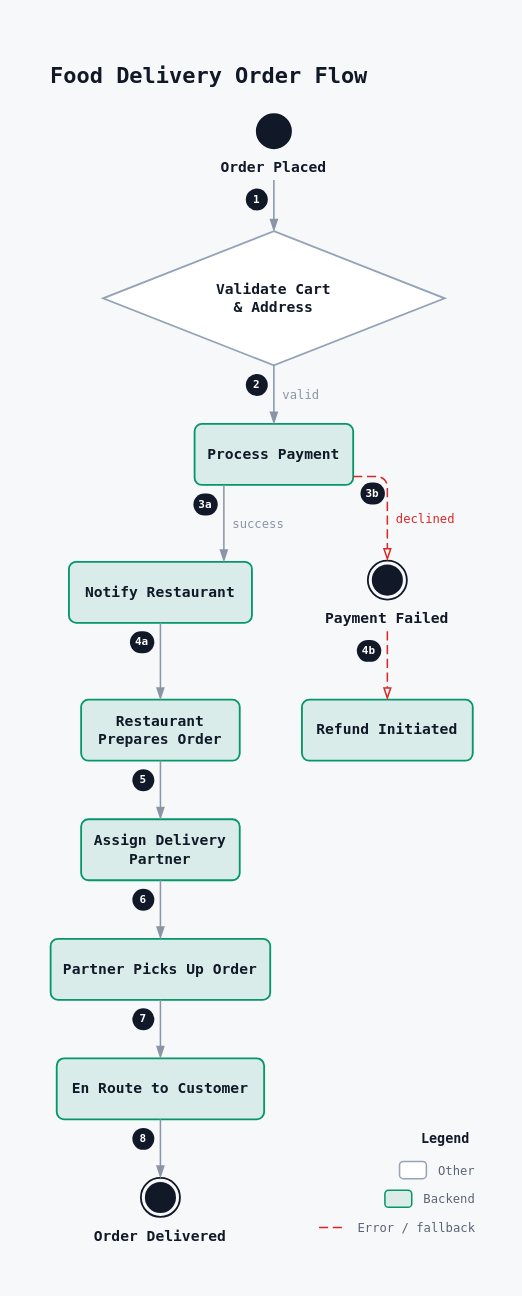
Earlier version of the draw.io diagram examples/swiggy_order_flow/swiggy_order_flow.drawio (rg12301/rdg). Source tidied: cells renumbered, new cells numbered last; positions are measured from the earlier drawing's top-left corner, leaving out a move shared by most shapes. Both pictures are drawn from the tidied source at 122%, with x=0, y=0 at pixel (21, 21).
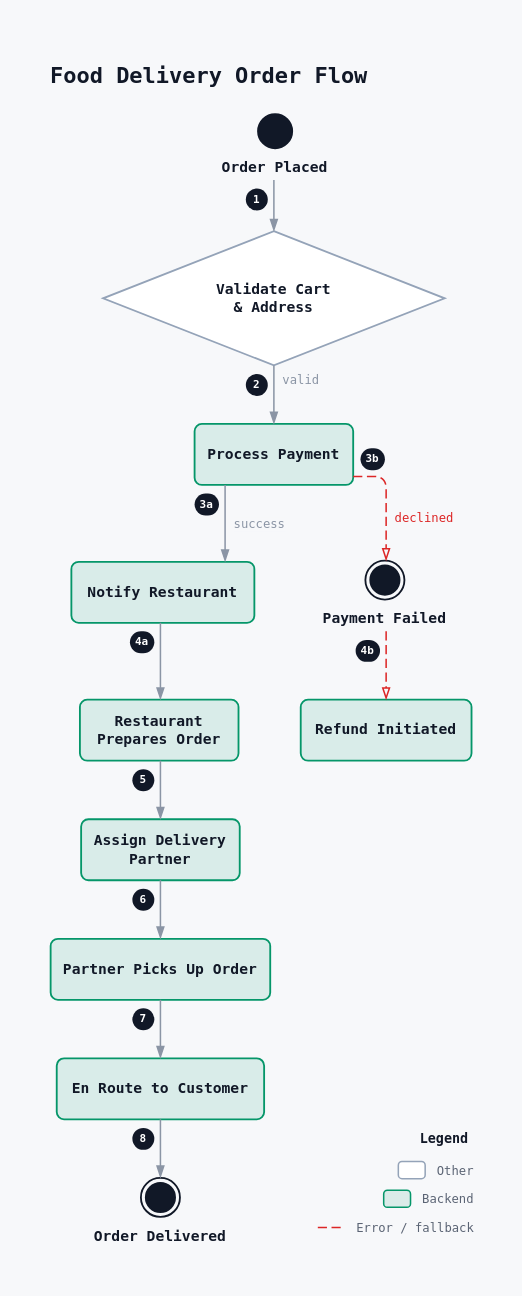
The same diagram, later.

Unchanged cells that the change refers to:
```xml
<mxCell id="6" value="&lt;b&gt;Validate Cart&lt;/b&gt;&lt;br/&gt;&lt;b&gt;&amp; Address&lt;/b&gt;" style="rhombus;html=1;whiteSpace=wrap;fillColor=#ffffff;fillOpacity=100;strokeColor=#94a3b8;strokeWidth=1.5;shadow=0;fontFamily=JetBrains Mono, ui-monospace, SFMono-Regular, Menlo, Consolas, monospace;fontSize=12;fontColor=#111827;fontStyle=0;align=center;verticalAlign=middle;spacingLeft=12;spacingRight=12;" parent="1" vertex="1">
  <mxGeometry x="67" y="172" width="280" height="110" as="geometry" />
</mxCell>
<mxCell id="7" value="&lt;b&gt;Process Payment&lt;/b&gt;" style="rounded=1;absoluteArcSize=1;arcSize=12;html=1;whiteSpace=wrap;fillColor=#059669;fillOpacity=12;strokeColor=#059669;strokeWidth=1.5;shadow=0;fontFamily=JetBrains Mono, ui-monospace, SFMono-Regular, Menlo, Consolas, monospace;fontSize=12;fontColor=#111827;fontStyle=0;align=center;verticalAlign=middle;spacingTop=4;spacingBottom=4;spacingLeft=8;spacingRight=8;" parent="1" vertex="1">
  <mxGeometry x="142" y="330" width="130" height="50" as="geometry" />
</mxCell>
<mxCell id="10" value="&lt;b&gt;Assign Delivery&lt;/b&gt;&lt;br/&gt;&lt;b&gt;Partner&lt;/b&gt;" style="rounded=1;absoluteArcSize=1;arcSize=12;html=1;whiteSpace=wrap;fillColor=#059669;fillOpacity=12;strokeColor=#059669;strokeWidth=1.5;shadow=0;fontFamily=JetBrains Mono, ui-monospace, SFMono-Regular, Menlo, Consolas, monospace;fontSize=12;fontColor=#111827;fontStyle=0;align=center;verticalAlign=middle;spacingTop=4;spacingBottom=4;spacingLeft=8;spacingRight=8;" parent="1" vertex="1">
  <mxGeometry x="49" y="654" width="130" height="50" as="geometry" />
</mxCell>
```

What changed in the source:
```diff
@@
     <mxCell id="2" style="rounded=0;fillColor=none;strokeColor=none;selectable=0;" parent="1" vertex="1">
-      <mxGeometry width="394" height="1028" as="geometry" />
+      <mxGeometry width="393" height="1028" as="geometry" />
     </mxCell>
@@
     <mxCell id="4" value="&lt;b&gt;Order Placed&lt;/b&gt;" style="rounded=0;html=1;whiteSpace=wrap;fillColor=none;fillOpacity=100;strokeColor=none;strokeWidth=1.5;shadow=0;fontFamily=JetBrains Mono, ui-monospace, SFMono-Regular, Menlo, Consolas, monospace;fontSize=12;fontColor=#111827;fontStyle=0;align=center;verticalAlign=top;spacingTop=30;spacingBottom=0;spacingLeft=0;spacingRight=0;" parent="1" vertex="1">
-      <mxGeometry x="159" y="76" width="96" height="48" as="geometry" />
+      <mxGeometry x="160" y="76" width="96" height="48" as="geometry" />
     </mxCell>
@@
     <mxCell id="8" value="&lt;b&gt;Notify Restaurant&lt;/b&gt;" style="rounded=1;absoluteArcSize=1;arcSize=12;html=1;whiteSpace=wrap;fillColor=#059669;fillOpacity=12;strokeColor=#059669;strokeWidth=1.5;shadow=0;fontFamily=JetBrains Mono, ui-monospace, SFMono-Regular, Menlo, Consolas, monospace;fontSize=12;fontColor=#111827;fontStyle=0;align=center;verticalAlign=middle;spacingTop=4;spacingBottom=4;spacingLeft=8;spacingRight=8;" parent="1" vertex="1">
-      <mxGeometry x="39" y="443" width="150" height="50" as="geometry" />
+      <mxGeometry x="41" y="443" width="150" height="50" as="geometry" />
     </mxCell>
     <mxCell id="9" value="&lt;b&gt;Restaurant&lt;/b&gt;&lt;br/&gt;&lt;b&gt;Prepares Order&lt;/b&gt;" style="rounded=1;absoluteArcSize=1;arcSize=12;html=1;whiteSpace=wrap;fillColor=#059669;fillOpacity=12;strokeColor=#059669;strokeWidth=1.5;shadow=0;fontFamily=JetBrains Mono, ui-monospace, SFMono-Regular, Menlo, Consolas, monospace;fontSize=12;fontColor=#111827;fontStyle=0;align=center;verticalAlign=middle;spacingTop=4;spacingBottom=4;spacingLeft=8;spacingRight=8;" parent="1" vertex="1">
-      <mxGeometry x="49" y="556" width="130" height="50" as="geometry" />
+      <mxGeometry x="48" y="556" width="130" height="50" as="geometry" />
     </mxCell>
@@
     <mxCell id="15" value="&lt;b&gt;Payment Failed&lt;/b&gt;" style="rounded=0;html=1;whiteSpace=wrap;fillColor=none;fillOpacity=100;strokeColor=none;strokeWidth=1.5;shadow=0;fontFamily=JetBrains Mono, ui-monospace, SFMono-Regular, Menlo, Consolas, monospace;fontSize=12;fontColor=#111827;fontStyle=0;align=center;verticalAlign=top;spacingTop=34;spacingBottom=0;spacingLeft=0;spacingRight=0;" parent="1" vertex="1">
-      <mxGeometry x="244" y="442" width="112" height="52" as="geometry" />
+      <mxGeometry x="242" y="442" width="112" height="52" as="geometry" />
     </mxCell>
@@
     <mxCell id="17" value="&lt;b&gt;Refund Initiated&lt;/b&gt;" style="rounded=1;absoluteArcSize=1;arcSize=12;html=1;whiteSpace=wrap;fillColor=#059669;fillOpacity=12;strokeColor=#059669;strokeWidth=1.5;shadow=0;fontFamily=JetBrains Mono, ui-monospace, SFMono-Regular, Menlo, Consolas, monospace;fontSize=12;fontColor=#111827;fontStyle=0;align=center;verticalAlign=middle;spacingTop=4;spacingBottom=4;spacingLeft=8;spacingRight=8;" parent="1" vertex="1">
-      <mxGeometry x="230" y="556" width="140" height="50" as="geometry" />
+      <mxGeometry x="229" y="556" width="140" height="50" as="geometry" />
     </mxCell>
@@
-    <mxCell id="19" style="exitX=0.50000;exitY=1.12500;exitDx=0;exitDy=0;exitPerimeter=0;entryX=0.50000;entryY=0.00000;entryDx=0;entryDy=0;entryPerimeter=0;edgeStyle=none;html=1;rounded=1;jumpStyle=arc;jumpSize=6;strokeColor=#8b95a5;strokeWidth=1.25;dashed=0;endArrow=blockThin;endFill=1;endSize=7;startArrow=none;labelBackgroundColor=#f7f8fa;labelBorderColor=none;fontFamily=JetBrains Mono, ui-monospace, SFMono-Regular, Menlo, Consolas, monospace;fontSize=10;fontColor=#8b95a5;" parent="1" edge="1" source="4" target="6">
+    <mxCell id="19" style="exitX=0.48958;exitY=1.12500;exitDx=0;exitDy=0;exitPerimeter=0;entryX=0.50000;entryY=0.00000;entryDx=0;entryDy=0;entryPerimeter=0;edgeStyle=none;html=1;rounded=1;jumpStyle=arc;jumpSize=6;strokeColor=#8b95a5;strokeWidth=1.25;dashed=0;endArrow=blockThin;endFill=1;endSize=7;startArrow=none;labelBackgroundColor=#f7f8fa;labelBorderColor=none;fontFamily=JetBrains Mono, ui-monospace, SFMono-Regular, Menlo, Consolas, monospace;fontSize=10;fontColor=#8b95a5;" parent="1" edge="1" source="4" target="6">
       <mxGeometry relative="1" as="geometry" />
     </mxCell>
@@
     <mxCell id="21" value="valid" style="exitX=0.50000;exitY=1.00000;exitDx=0;exitDy=0;exitPerimeter=0;entryX=0.50000;entryY=0.00000;entryDx=0;entryDy=0;entryPerimeter=0;edgeStyle=none;html=1;rounded=1;jumpStyle=arc;jumpSize=6;strokeColor=#8b95a5;strokeWidth=1.25;dashed=0;endArrow=blockThin;endFill=1;endSize=7;startArrow=none;labelBackgroundColor=#f7f8fa;labelBorderColor=none;fontFamily=JetBrains Mono, ui-monospace, SFMono-Regular, Menlo, Consolas, monospace;fontSize=10;fontColor=#8b95a5;" parent="1" edge="1" source="6" target="7">
-      <mxGeometry y="22" relative="1" as="geometry" />
+      <mxGeometry x="-0.52" y="22" relative="1" as="geometry" />
     </mxCell>
     <mxCell id="22" value="3a" style="rounded=1;arcSize=50;whiteSpace=wrap;html=1;fillColor=#111827;strokeColor=none;fontColor=#ffffff;fontSize=9;fontStyle=1;fontFamily=JetBrains Mono, ui-monospace, SFMono-Regular, Menlo, Consolas, monospace;spacing=0;" parent="1" vertex="1">
-      <mxGeometry x="141" y="387" width="20" height="18" as="geometry" />
+      <mxGeometry x="142" y="387" width="20" height="18" as="geometry" />
     </mxCell>
-    <mxCell id="23" value="success" style="exitX=0.18462;exitY=1.00000;exitDx=0;exitDy=0;exitPerimeter=0;entryX=0.84667;entryY=0.00000;entryDx=0;entryDy=0;entryPerimeter=0;edgeStyle=none;html=1;rounded=1;jumpStyle=arc;jumpSize=6;strokeColor=#8b95a5;strokeWidth=1.25;dashed=0;endArrow=blockThin;endFill=1;endSize=7;startArrow=none;labelBackgroundColor=#f7f8fa;labelBorderColor=none;fontFamily=JetBrains Mono, ui-monospace, SFMono-Regular, Menlo, Consolas, monospace;fontSize=10;fontColor=#8b95a5;" parent="1" edge="1" source="7" target="8">
+    <mxCell id="23" value="success" style="exitX=0.19231;exitY=1.00000;exitDx=0;exitDy=0;exitPerimeter=0;entryX=0.84000;entryY=0.00000;entryDx=0;entryDy=0;entryPerimeter=0;edgeStyle=none;html=1;rounded=1;jumpStyle=arc;jumpSize=6;strokeColor=#8b95a5;strokeWidth=1.25;dashed=0;endArrow=blockThin;endFill=1;endSize=7;startArrow=none;labelBackgroundColor=#f7f8fa;labelBorderColor=none;fontFamily=JetBrains Mono, ui-monospace, SFMono-Regular, Menlo, Consolas, monospace;fontSize=10;fontColor=#8b95a5;" parent="1" edge="1" source="7" target="8">
       <mxGeometry y="28" relative="1" as="geometry" />
     </mxCell>
     <mxCell id="24" value="3b" style="rounded=1;arcSize=50;whiteSpace=wrap;html=1;fillColor=#111827;strokeColor=none;fontColor=#ffffff;fontSize=9;fontStyle=1;fontFamily=JetBrains Mono, ui-monospace, SFMono-Regular, Menlo, Consolas, monospace;spacing=0;" parent="1" vertex="1">
-      <mxGeometry x="278" y="378" width="20" height="18" as="geometry" />
+      <mxGeometry x="278" y="350" width="20" height="18" as="geometry" />
     </mxCell>
-    <mxCell id="25" value="declined" style="exitX=1.00000;exitY=0.86000;exitDx=0;exitDy=0;exitPerimeter=0;entryX=0.50000;entryY=0.00000;entryDx=0;entryDy=0;entryPerimeter=0;edgeStyle=none;html=1;rounded=1;jumpStyle=arc;jumpSize=6;strokeColor=#dc2626;strokeWidth=1.25;dashed=1;dashPattern=6 3;endArrow=blockThin;endFill=0;endSize=7;startArrow=none;labelBackgroundColor=#f7f8fa;labelBorderColor=none;fontFamily=JetBrains Mono, ui-monospace, SFMono-Regular, Menlo, Consolas, monospace;fontSize=10;fontColor=#dc2626;" parent="1" edge="1" source="7" target="15">
-      <mxGeometry x="0.29" y="31" relative="1" as="geometry">
+    <mxCell id="25" value="declined" style="exitX=1.00000;exitY=0.86000;exitDx=0;exitDy=0;exitPerimeter=0;entryX=0.50893;entryY=0.00060;entryDx=0;entryDy=0;entryPerimeter=0;edgeStyle=none;html=1;rounded=1;jumpStyle=arc;jumpSize=6;strokeColor=#dc2626;strokeWidth=1.25;dashed=1;dashPattern=6 3;endArrow=blockThin;endFill=0;endSize=7;startArrow=none;labelBackgroundColor=#f7f8fa;labelBorderColor=none;fontFamily=JetBrains Mono, ui-monospace, SFMono-Regular, Menlo, Consolas, monospace;fontSize=10;fontColor=#dc2626;" parent="1" edge="1" source="7" target="15">
+      <mxGeometry x="0.28" y="31" relative="1" as="geometry">
         <Array as="points">
-          <mxPoint x="300" y="373" />
+          <mxPoint x="299" y="373" />
         </Array>
       </mxGeometry>
     </mxCell>
     <mxCell id="26" value="4b" style="rounded=1;arcSize=50;whiteSpace=wrap;html=1;fillColor=#111827;strokeColor=none;fontColor=#ffffff;fontSize=9;fontStyle=1;fontFamily=JetBrains Mono, ui-monospace, SFMono-Regular, Menlo, Consolas, monospace;spacing=0;" parent="1" vertex="1">
-      <mxGeometry x="275" y="507" width="20" height="18" as="geometry" />
+      <mxGeometry x="274" y="507" width="20" height="18" as="geometry" />
     </mxCell>
-    <mxCell id="27" style="exitX=0.50000;exitY=1.11538;exitDx=0;exitDy=0;exitPerimeter=0;entryX=0.50000;entryY=0.00000;entryDx=0;entryDy=0;entryPerimeter=0;edgeStyle=none;html=1;rounded=1;jumpStyle=arc;jumpSize=6;strokeColor=#dc2626;strokeWidth=1.25;dashed=1;dashPattern=6 3;endArrow=blockThin;endFill=0;endSize=7;startArrow=none;labelBackgroundColor=#f7f8fa;labelBorderColor=none;fontFamily=JetBrains Mono, ui-monospace, SFMono-Regular, Menlo, Consolas, monospace;fontSize=10;fontColor=#dc2626;" parent="1" edge="1" source="15" target="17">
+    <mxCell id="27" style="exitX=0.50893;exitY=1.11538;exitDx=0;exitDy=0;exitPerimeter=0;entryX=0.50000;entryY=0.00000;entryDx=0;entryDy=0;entryPerimeter=0;edgeStyle=none;html=1;rounded=1;jumpStyle=arc;jumpSize=6;strokeColor=#dc2626;strokeWidth=1.25;dashed=1;dashPattern=6 3;endArrow=blockThin;endFill=0;endSize=7;startArrow=none;labelBackgroundColor=#f7f8fa;labelBorderColor=none;fontFamily=JetBrains Mono, ui-monospace, SFMono-Regular, Menlo, Consolas, monospace;fontSize=10;fontColor=#dc2626;" parent="1" edge="1" source="15" target="17">
       <mxGeometry relative="1" as="geometry" />
     </mxCell>
@@
-    <mxCell id="29" style="exitX=0.50000;exitY=1.00000;exitDx=0;exitDy=0;exitPerimeter=0;entryX=0.50000;entryY=0.00000;entryDx=0;entryDy=0;entryPerimeter=0;edgeStyle=none;html=1;rounded=1;jumpStyle=arc;jumpSize=6;strokeColor=#8b95a5;strokeWidth=1.25;dashed=0;endArrow=blockThin;endFill=1;endSize=7;startArrow=none;labelBackgroundColor=#f7f8fa;labelBorderColor=none;fontFamily=JetBrains Mono, ui-monospace, SFMono-Regular, Menlo, Consolas, monospace;fontSize=10;fontColor=#8b95a5;" parent="1" edge="1" source="8" target="9">
+    <mxCell id="29" style="exitX=0.48667;exitY=1.00000;exitDx=0;exitDy=0;exitPerimeter=0;entryX=0.50769;entryY=0.00000;entryDx=0;entryDy=0;entryPerimeter=0;edgeStyle=none;html=1;rounded=1;jumpStyle=arc;jumpSize=6;strokeColor=#8b95a5;strokeWidth=1.25;dashed=0;endArrow=blockThin;endFill=1;endSize=7;startArrow=none;labelBackgroundColor=#f7f8fa;labelBorderColor=none;fontFamily=JetBrains Mono, ui-monospace, SFMono-Regular, Menlo, Consolas, monospace;fontSize=10;fontColor=#8b95a5;" parent="1" edge="1" source="8" target="9">
       <mxGeometry relative="1" as="geometry" />
     </mxCell>
@@
-    <mxCell id="31" style="exitX=0.50000;exitY=1.00000;exitDx=0;exitDy=0;exitPerimeter=0;entryX=0.50000;entryY=0.00000;entryDx=0;entryDy=0;entryPerimeter=0;edgeStyle=none;html=1;rounded=1;jumpStyle=arc;jumpSize=6;strokeColor=#8b95a5;strokeWidth=1.25;dashed=0;endArrow=blockThin;endFill=1;endSize=7;startArrow=none;labelBackgroundColor=#f7f8fa;labelBorderColor=none;fontFamily=JetBrains Mono, ui-monospace, SFMono-Regular, Menlo, Consolas, monospace;fontSize=10;fontColor=#8b95a5;" parent="1" edge="1" source="9" target="10">
+    <mxCell id="31" style="exitX=0.50769;exitY=1.00000;exitDx=0;exitDy=0;exitPerimeter=0;entryX=0.50000;entryY=0.00000;entryDx=0;entryDy=0;entryPerimeter=0;edgeStyle=none;html=1;rounded=1;jumpStyle=arc;jumpSize=6;strokeColor=#8b95a5;strokeWidth=1.25;dashed=0;endArrow=blockThin;endFill=1;endSize=7;startArrow=none;labelBackgroundColor=#f7f8fa;labelBorderColor=none;fontFamily=JetBrains Mono, ui-monospace, SFMono-Regular, Menlo, Consolas, monospace;fontSize=10;fontColor=#8b95a5;" parent="1" edge="1" source="9" target="10">
       <mxGeometry relative="1" as="geometry" />
     </mxCell>
@@
     <mxCell id="38" value="Legend" style="text;html=1;strokeColor=none;fillColor=none;align=left;verticalAlign=middle;whiteSpace=nowrap;fontFamily=JetBrains Mono, ui-monospace, SFMono-Regular, Menlo, Consolas, monospace;fontSize=11;fontColor=#111827;fontStyle=1;" parent="1" vertex="1">
-      <mxGeometry x="326.4" y="909" width="43.6" height="14.9" as="geometry" />
+      <mxGeometry x="325.4" y="909" width="43.6" height="14.9" as="geometry" />
     </mxCell>
     <mxCell id="39" style="rounded=1;absoluteArcSize=1;arcSize=6;fillColor=#ffffff;fillOpacity=100;strokeColor=#94a3b8;strokeWidth=1.25;" parent="1" vertex="1">
-      <mxGeometry x="310" y="934.6" width="22" height="14" as="geometry" />
+      <mxGeometry x="309" y="934.6" width="22" height="14" as="geometry" />
     </mxCell>
     <mxCell id="40" value="Other" style="text;html=1;strokeColor=none;fillColor=none;align=left;verticalAlign=middle;whiteSpace=nowrap;fontFamily=JetBrains Mono, ui-monospace, SFMono-Regular, Menlo, Consolas, monospace;fontSize=10;fontColor=#5b6474;fontStyle=0;" parent="1" vertex="1">
-      <mxGeometry x="340" y="929.9" width="50" height="23.5" as="geometry" />
+      <mxGeometry x="339" y="929.9" width="50" height="23.5" as="geometry" />
     </mxCell>
     <mxCell id="41" style="rounded=1;absoluteArcSize=1;arcSize=6;fillColor=#059669;fillOpacity=12;strokeColor=#059669;strokeWidth=1.25;" parent="1" vertex="1">
-      <mxGeometry x="298" y="958.1" width="22" height="14" as="geometry" />
+      <mxGeometry x="297" y="958.1" width="22" height="14" as="geometry" />
     </mxCell>
     <mxCell id="42" value="Backend" style="text;html=1;strokeColor=none;fillColor=none;align=left;verticalAlign=middle;whiteSpace=nowrap;fontFamily=JetBrains Mono, ui-monospace, SFMono-Regular, Menlo, Consolas, monospace;fontSize=10;fontColor=#5b6474;fontStyle=0;" parent="1" vertex="1">
-      <mxGeometry x="328" y="953.4" width="62" height="23.5" as="geometry" />
+      <mxGeometry x="327" y="953.4" width="62" height="23.5" as="geometry" />
     </mxCell>
     <mxCell id="43" style="endArrow=none;html=1;strokeColor=#dc2626;strokeWidth=1.25;dashed=1;dashPattern=6 3;" parent="1" edge="1">
       <mxGeometry relative="1" as="geometry">
-        <mxPoint x="244" y="988.6" as="sourcePoint" />
-        <mxPoint x="266" y="988.6" as="targetPoint" />
+        <mxPoint x="243" y="988.6" as="sourcePoint" />
+        <mxPoint x="265" y="988.6" as="targetPoint" />
       </mxGeometry>
     </mxCell>
     <mxCell id="44" value="Error / fallback" style="text;html=1;strokeColor=none;fillColor=none;align=left;verticalAlign=middle;whiteSpace=nowrap;fontFamily=JetBrains Mono, ui-monospace, SFMono-Regular, Menlo, Consolas, monospace;fontSize=10;fontColor=#5b6474;fontStyle=0;" parent="1" vertex="1">
-      <mxGeometry x="274" y="976.9" width="116" height="23.5" as="geometry" />
+      <mxGeometry x="273" y="976.9" width="116" height="23.5" as="geometry" />
     </mxCell>
```
